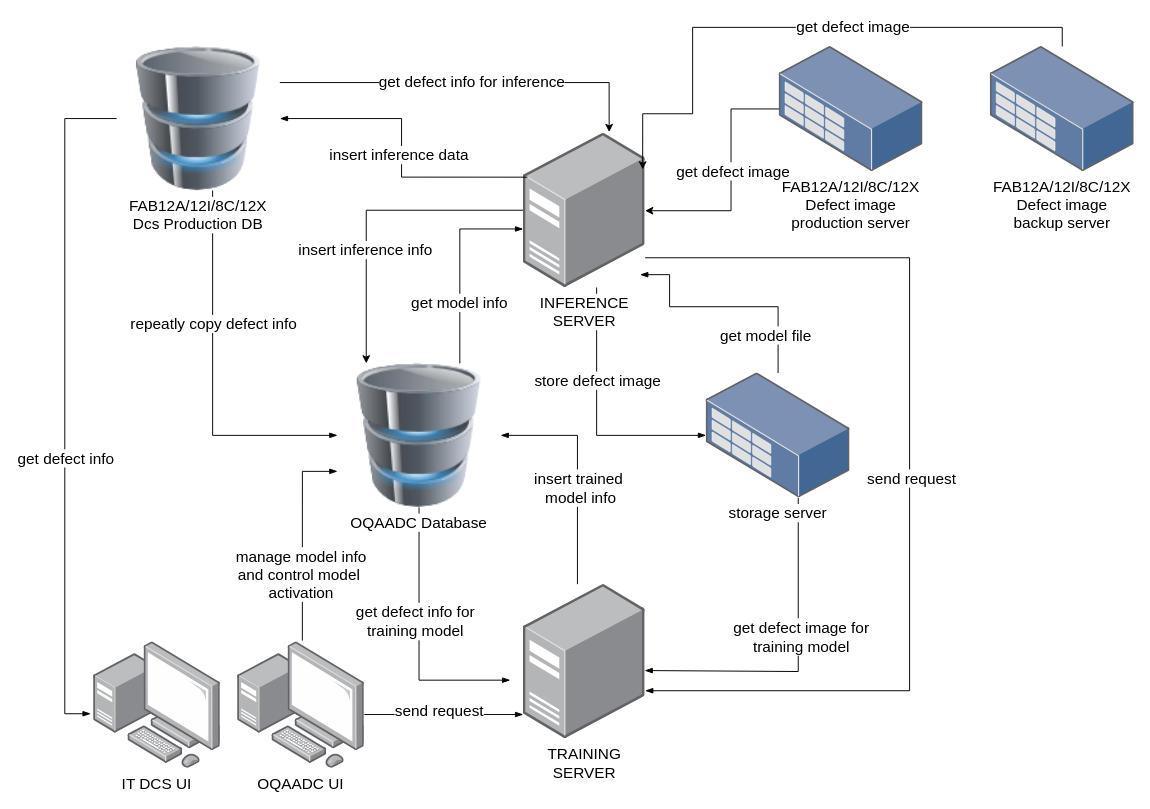
Before: oqaadc arc.drawio in Eton/hello-world, a draw.io diagram. Source tidied: cells renumbered, new cells numbered last; positions are measured from the earlier drawing's top-left corner, leaving out a move shared by most shapes. Both pictures are drawn from the tidied source at 96%, with x=0, y=0 at pixel (64, 27).
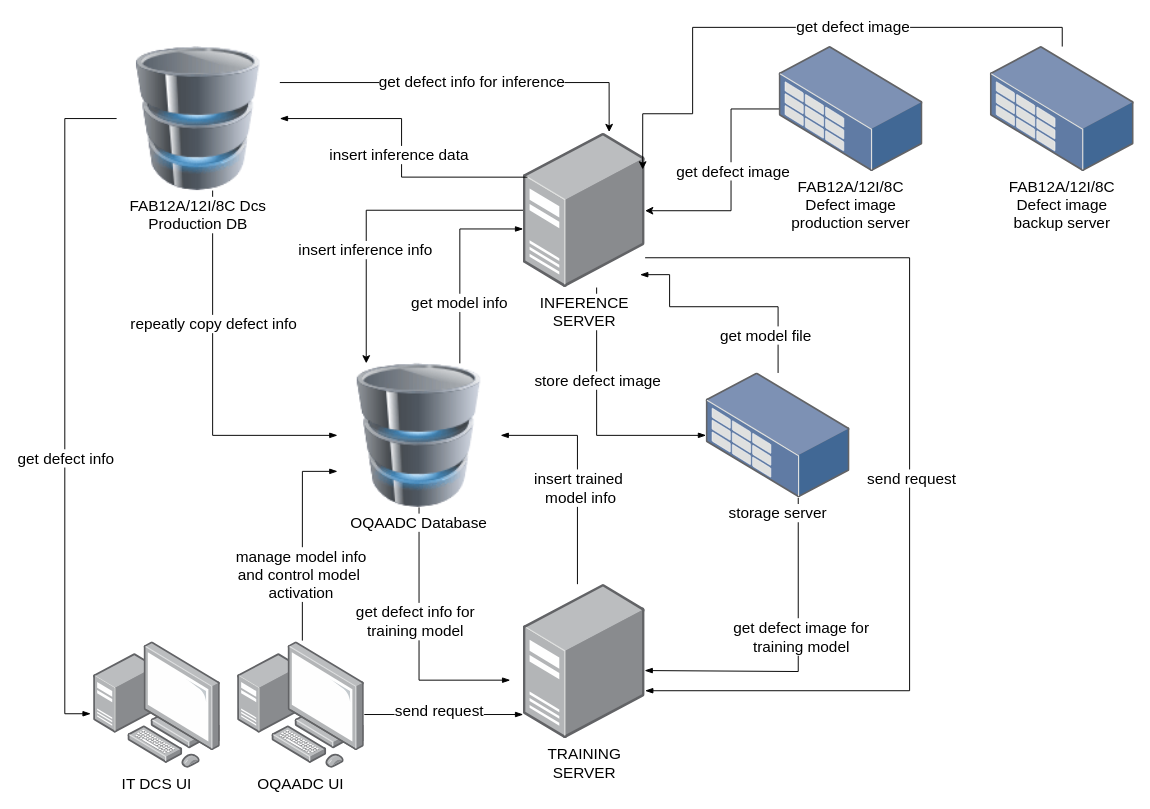
After the change.

Change to the diagram source:
```diff
@@
-    <mxCell id="32" value="FAB12A/12I/8C/12X Dcs Production DB&lt;br style=&quot;font-size: 16px;&quot;&gt;" style="image;html=1;labelBackgroundColor=#ffffff;image=img/lib/clip_art/computers/Database_128x128.png;whiteSpace=wrap;fontSize=16;" parent="1" vertex="1">
+    <mxCell id="32" value="FAB12A/12I/8C Dcs Production DB" style="image;html=1;labelBackgroundColor=#ffffff;image=img/lib/clip_art/computers/Database_128x128.png;whiteSpace=wrap;fontSize=16;" parent="1" vertex="1">
       <mxGeometry x="54" y="20" width="170" height="150" as="geometry" />
     </mxCell>
@@
-    <mxCell id="35" value="FAB12A/12I/8C/12X Defect image production server&lt;br style=&quot;font-size: 16px;&quot;&gt;&lt;br style=&quot;font-size: 16px;&quot;&gt;" style="points=[];html=1;align=center;shadow=0;dashed=0;image;image=img/lib/allied_telesis/storage/Datacenter_Server_Rack_Storage_Unit_Small.svg;fontSize=16;whiteSpace=wrap;" parent="1" vertex="1">
+    <mxCell id="35" value="FAB12A/12I/8C Defect image production server&lt;br style=&quot;font-size: 16px&quot;&gt;" style="points=[];html=1;align=center;shadow=0;dashed=0;image;image=img/lib/allied_telesis/storage/Datacenter_Server_Rack_Storage_Unit_Small.svg;fontSize=16;whiteSpace=wrap;" parent="1" vertex="1">
       <mxGeometry x="744" y="20" width="150" height="130" as="geometry" />
     </mxCell>
@@
-    <mxCell id="38" value="FAB12A/12I/8C/12X Defect image backup server&lt;br style=&quot;font-size: 16px&quot;&gt;&lt;br style=&quot;font-size: 16px&quot;&gt;" style="points=[];html=1;align=center;shadow=0;dashed=0;image;image=img/lib/allied_telesis/storage/Datacenter_Server_Rack_Storage_Unit_Small.svg;fontSize=16;whiteSpace=wrap;" parent="1" vertex="1">
+    <mxCell id="38" value="FAB12A/12I/8C Defect image backup server&lt;br style=&quot;font-size: 16px&quot;&gt;" style="points=[];html=1;align=center;shadow=0;dashed=0;image;image=img/lib/allied_telesis/storage/Datacenter_Server_Rack_Storage_Unit_Small.svg;fontSize=16;whiteSpace=wrap;" parent="1" vertex="1">
       <mxGeometry x="964" y="20" width="150" height="130" as="geometry" />
     </mxCell>
```
